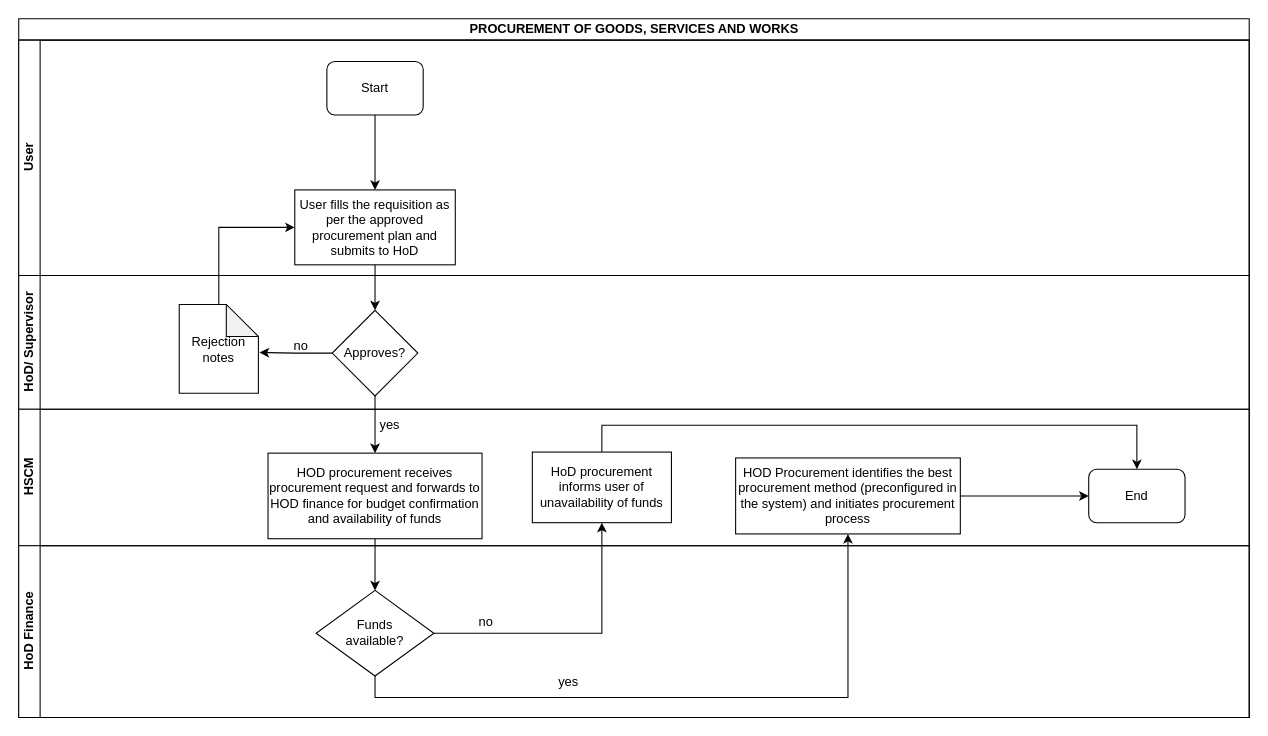
Earlier version of the draw.io diagram KEFRI-PROC-Purchase-requisition-initiation.drawio (kmagua/flowcharts). Source tidied: cells renumbered, new cells numbered last; positions are measured from the earlier drawing's top-left corner, leaving out a move shared by most shapes. Both pictures are drawn from the tidied source at 107%, with x=0, y=0 at pixel (18, 18).
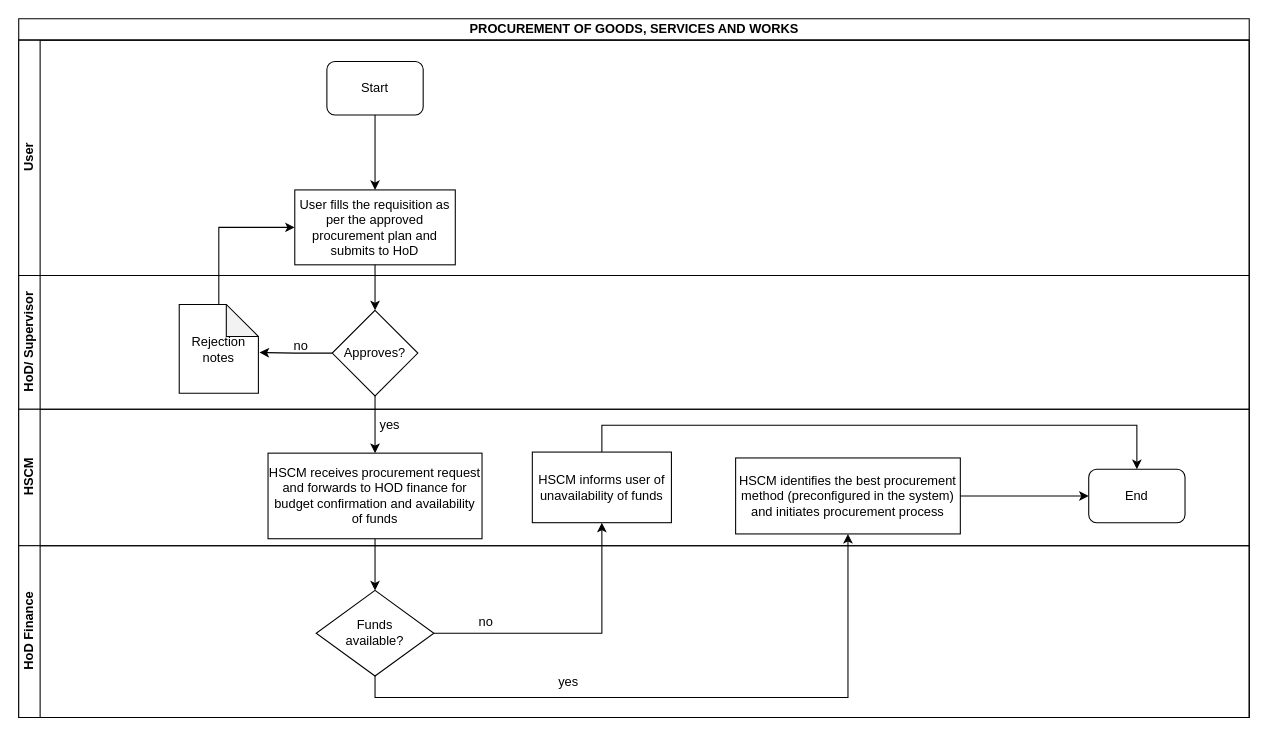
After the change.

The change refers to these unchanged cells:
```xml
<mxCell id="16" value="HSCM" style="swimlane;html=1;startSize=20;horizontal=0;" parent="2" vertex="1">
  <mxGeometry y="365" width="1150" height="127.5" as="geometry" />
</mxCell>
```

The edit, as a diff of the source:
```diff
@@
-    <mxCell id="17" value="HOD procurement receives procurement request and forwards to HOD finance for budget confirmation and availability of funds" style="whiteSpace=wrap;html=1;" parent="16" vertex="1">
+    <mxCell id="17" value="HSCM receives procurement request and forwards to HOD finance for budget confirmation and availability of funds" style="whiteSpace=wrap;html=1;" parent="16" vertex="1">
       <mxGeometry x="233" y="41" width="200" height="80" as="geometry" />
     </mxCell>
@@
-    <mxCell id="19" value="HOD Procurement identifies the best procurement method (preconfigured in the system) and initiates procurement process" style="whiteSpace=wrap;html=1;" parent="16" vertex="1">
+    <mxCell id="19" value="HSCM identifies the best procurement method (preconfigured in the system) and initiates procurement process" style="whiteSpace=wrap;html=1;" parent="16" vertex="1">
       <mxGeometry x="670" y="45.5" width="210" height="71" as="geometry" />
     </mxCell>
@@
-    <mxCell id="22" value="HoD procurement informs user of unavailability of funds" style="whiteSpace=wrap;html=1;" parent="16" vertex="1">
+    <mxCell id="22" value="HSCM informs user of unavailability of funds" style="whiteSpace=wrap;html=1;" parent="16" vertex="1">
       <mxGeometry x="480" y="40" width="130" height="66" as="geometry" />
     </mxCell>
```
